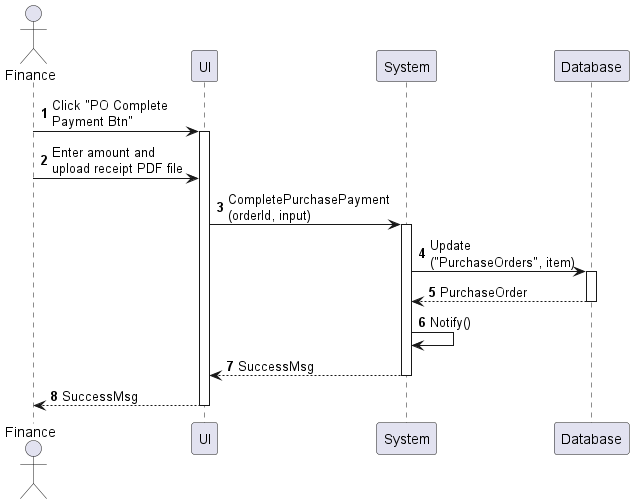
Above: sequences/purchase-order-complete-payment.png in phihungha/scmss-reqs (PlantUML), before the change.
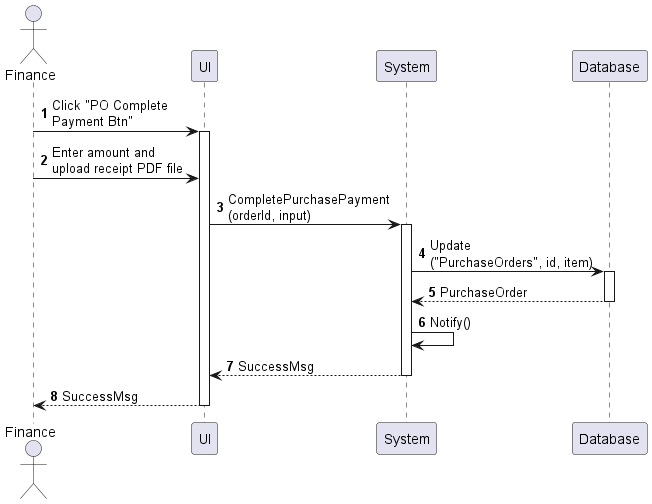
Above is the later version.

Change to the diagram source:
```diff
@@ -11,7 +11,7 @@
 a -> f : Enter amount and\nupload receipt PDF file
 f -> b : CompletePurchasePayment\n(orderId, input)
 activate b
-b -> d : Update\n("PurchaseOrders", item)
+b -> d : Update\n("PurchaseOrders", id, item)
 activate d
 return PurchaseOrder
 b -> b : Notify()
```
